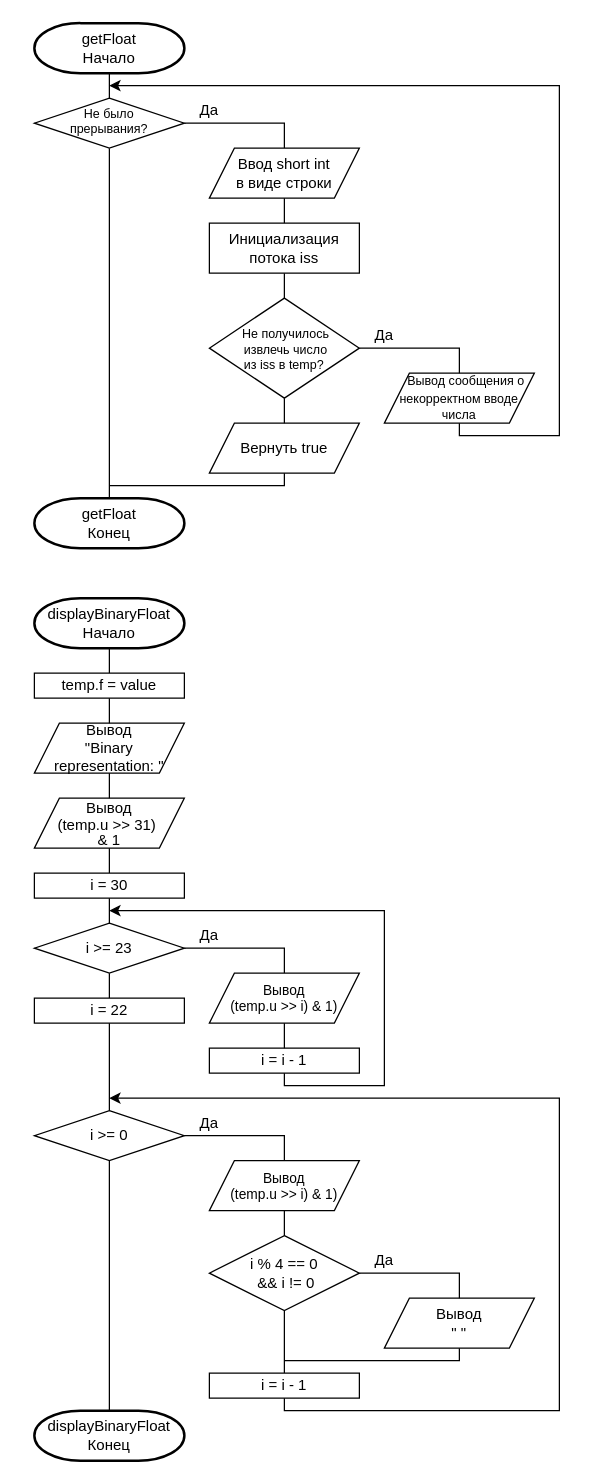
Above: page "get+displayFloat" (4 of 4) of images/OrgOfC&S_Scheme.drawio in TrueTalentless/OrgOfCAndSSem3 (draw.io), before the change. Source tidied: cells renumbered, new cells numbered last; positions are measured from the earlier drawing's top-left corner, leaving out a move shared by most shapes. Both pictures are drawn from the tidied source at 125%, with x=0, y=0 at pixel (34, 22).
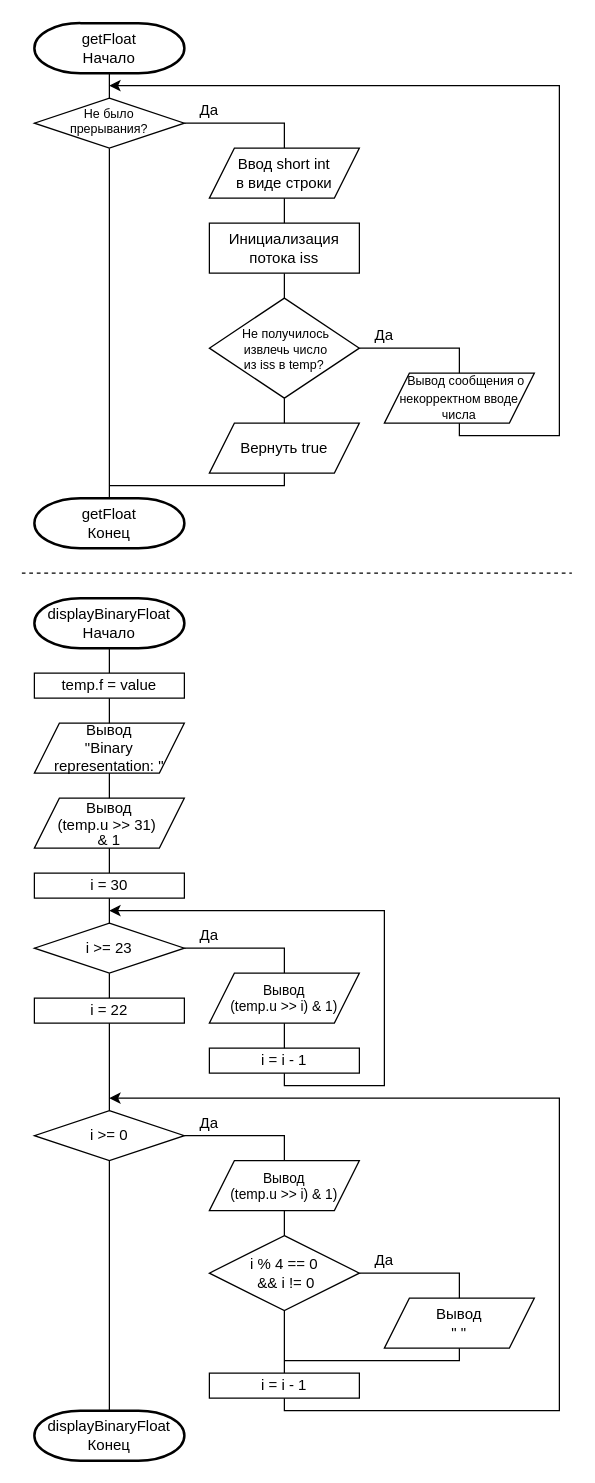
The same page after the edit.

The edit, as a diff of the source:
```diff
@@
+    <mxCell id="56" style="endArrow=none;dashed=1;html=1;rounded=0;fontSize=12;startSize=8;endSize=8;curved=1;" parent="1" edge="1">
+      <mxGeometry relative="1" as="geometry">
+        <mxPoint x="-10" y="440" as="sourcePoint" />
+        <mxPoint x="430" y="440" as="targetPoint" />
+      </mxGeometry>
+    </mxCell>
```
